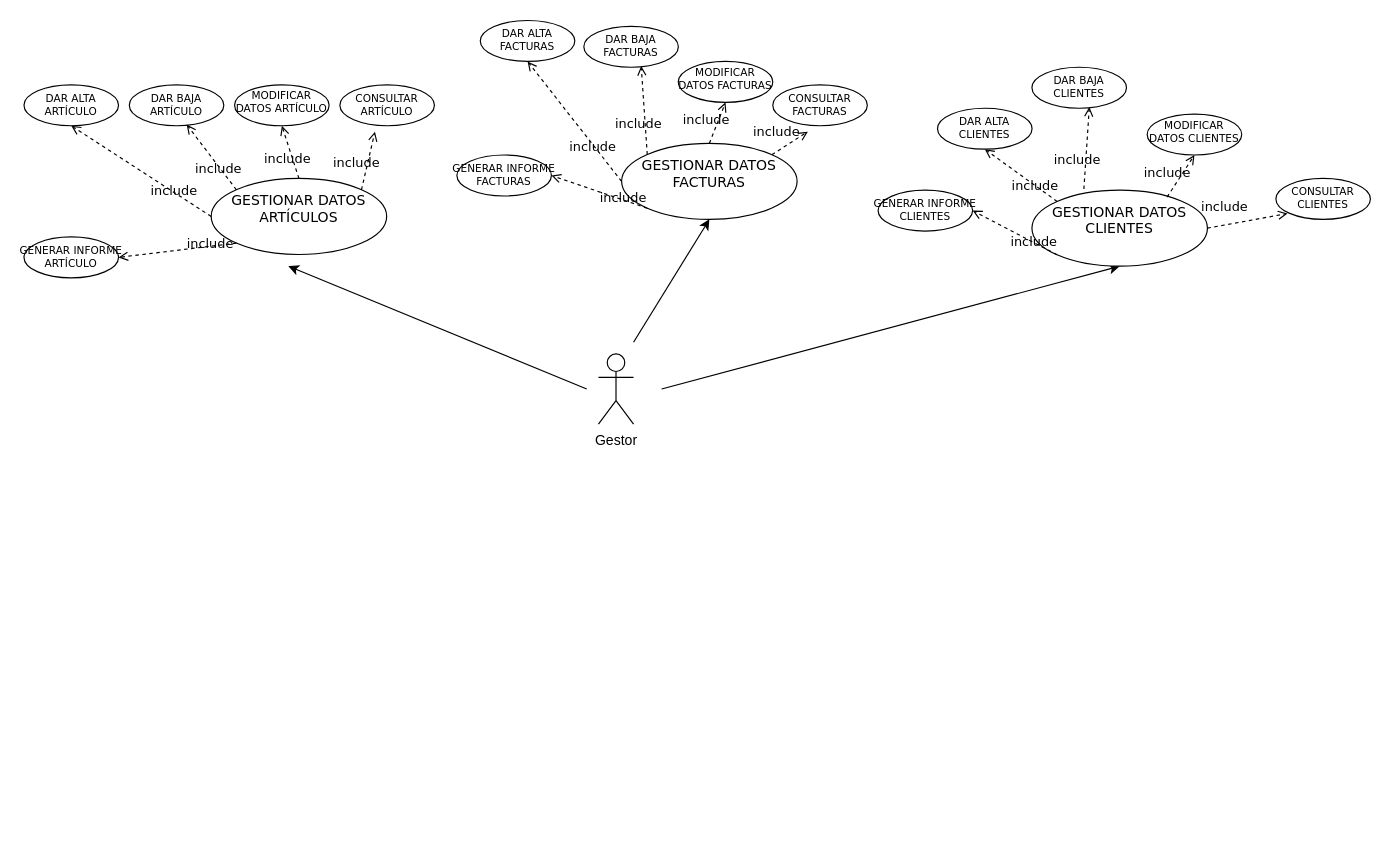
HimarRH/ActividadesEntornos keeps this draw.io diagram as Copy of Untitled Diagram.drawio. Above is the earlier version. Source tidied: cells renumbered, new cells numbered last; positions are measured from the earlier drawing's top-left corner, leaving out a move shared by most shapes. Both pictures are drawn from the tidied source at 117%, with x=0, y=0 at pixel (23, 20).
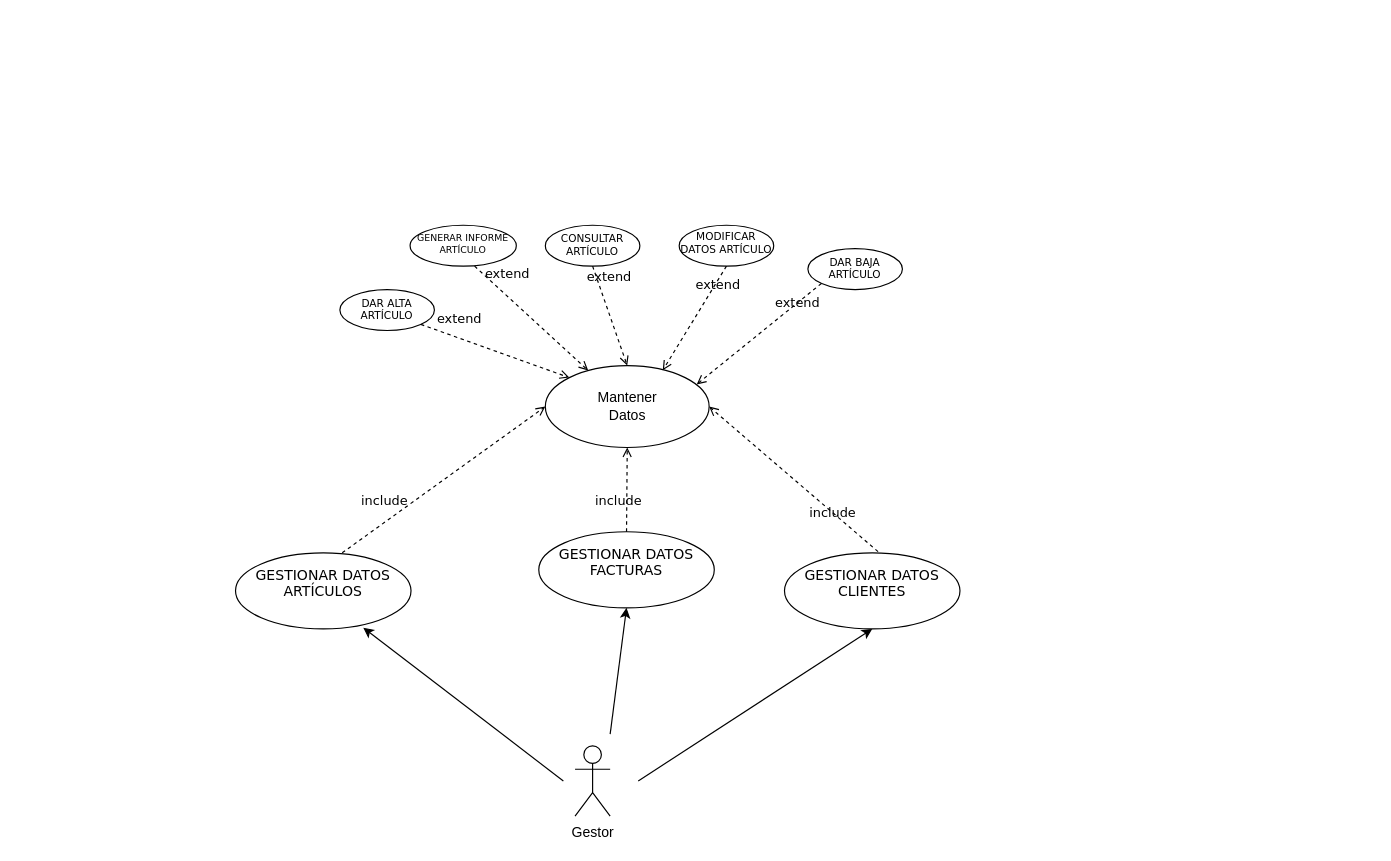
Above is the later version.

Diff of the diagram source:
```diff
@@
     <mxCell id="2" value="Gestor" style="shape=umlActor;verticalLabelPosition=bottom;verticalAlign=top;html=1;" parent="1" vertex="1">
-      <mxGeometry x="491" y="285" width="30" height="60" as="geometry" />
+      <mxGeometry x="471" y="620" width="30" height="60" as="geometry" />
     </mxCell>
-    <mxCell id="3" style="endArrow=classic;html=1;rounded=0;entryX=0.5;entryY=1;entryDx=0;entryDy=0;" parent="1" edge="1">
+    <mxCell id="3" style="endArrow=classic;html=1;rounded=0;entryX=0.728;entryY=0.985;entryDx=0;entryDy=0;entryPerimeter=0;" parent="1" edge="1" target="4">
       <mxGeometry relative="1" as="geometry">
-        <mxPoint x="481" y="315" as="sourcePoint" />
-        <mxPoint x="226" y="210" as="targetPoint" />
+        <mxPoint x="461" y="650" as="sourcePoint" />
       </mxGeometry>
     </mxCell>
     <mxCell id="4" value="GESTIONAR DATOS&#10;ARTÍCULOS&#10;" style="ellipse;fontFamily=Verdana;" parent="1" vertex="1">
-      <mxGeometry x="160" y="135" width="150" height="65" as="geometry" />
+      <mxGeometry x="180.8" y="455" width="150" height="65" as="geometry" />
     </mxCell>
     <mxCell id="5" style="endArrow=classic;html=1;rounded=0;entryX=0.5;entryY=1;entryDx=0;entryDy=0;" parent="1" edge="1" target="17">
       <mxGeometry relative="1" as="geometry">
-        <mxPoint x="521" y="275" as="sourcePoint" />
+        <mxPoint x="501" y="610" as="sourcePoint" />
       </mxGeometry>
     </mxCell>
     <mxCell id="6" style="endArrow=classic;html=1;rounded=0;entryX=0.5;entryY=1;entryDx=0;entryDy=0;" parent="1" edge="1" target="28">
       <mxGeometry relative="1" as="geometry">
-        <mxPoint x="545" y="315" as="sourcePoint" />
+        <mxPoint x="525" y="650" as="sourcePoint" />
       </mxGeometry>
     </mxCell>
-    <mxCell id="7" value="include" style="html=1;verticalAlign=bottom;labelBackgroundColor=none;endArrow=open;endFill=0;dashed=1;rounded=0;fontFamily=Verdana;exitX=0;exitY=0.5;exitDx=0;exitDy=0;entryX=0.5;entryY=1;entryDx=0;entryDy=0;" parent="1" edge="1" source="4" target="8">
-      <mxGeometry x="-0.53" y="7" relative="1" as="geometry" />
-    </mxCell>
     <mxCell id="8" value="DAR ALTA&#10;ARTÍCULO&#10;&#10;" style="ellipse;fontFamily=Verdana;fontSize=9;align=center;verticalAlign=top;labelPosition=center;verticalLabelPosition=middle;" parent="1" vertex="1">
-      <mxGeometry y="55" width="80.8" height="35" as="geometry" />
+      <mxGeometry x="270" y="230" width="80.8" height="35" as="geometry" />
     </mxCell>
     <mxCell id="9" value="DAR BAJA&#10;ARTÍCULO&#10;&#10;" style="ellipse;fontFamily=Verdana;fontSize=9;align=center;verticalAlign=top;labelPosition=center;verticalLabelPosition=middle;" parent="1" vertex="1">
-      <mxGeometry x="90" y="55" width="80.8" height="35" as="geometry" />
+      <mxGeometry x="670" y="195" width="80.8" height="35" as="geometry" />
     </mxCell>
     <mxCell id="10" value="MODIFICAR &#10;DATOS ARTÍCULO&#10;&#10;" style="ellipse;fontFamily=Verdana;fontSize=9;align=center;verticalAlign=top;labelPosition=center;verticalLabelPosition=middle;spacing=0;" parent="1" vertex="1">
-      <mxGeometry x="180" y="55" width="80.8" height="35" as="geometry" />
+      <mxGeometry x="560" y="175" width="80.8" height="35" as="geometry" />
     </mxCell>
     <mxCell id="11" value="CONSULTAR&#10;ARTÍCULO&#10;&#10;" style="ellipse;fontFamily=Verdana;fontSize=9;align=center;verticalAlign=top;labelPosition=center;verticalLabelPosition=middle;" parent="1" vertex="1">
-      <mxGeometry x="270" y="55" width="80.8" height="35" as="geometry" />
+      <mxGeometry x="445.6" y="175" width="80.8" height="35" as="geometry" />
     </mxCell>
-    <mxCell id="12" value="GENERAR INFORME&#10;ARTÍCULO&#10;&#10;" style="ellipse;fontFamily=Verdana;fontSize=9;align=center;verticalAlign=top;labelPosition=center;verticalLabelPosition=middle;" parent="1" vertex="1">
-      <mxGeometry y="185" width="80.8" height="35" as="geometry" />
+    <mxCell id="12" value="GENERAR INFORME&#10;ARTÍCULO&#10;&#10;" style="ellipse;fontFamily=Verdana;fontSize=8;align=center;verticalAlign=top;labelPosition=center;verticalLabelPosition=middle;" parent="1" vertex="1">
+      <mxGeometry x="330" y="175" width="90.8" height="35" as="geometry" />
     </mxCell>
-    <mxCell id="13" value="include" style="html=1;verticalAlign=bottom;labelBackgroundColor=none;endArrow=open;endFill=0;dashed=1;rounded=0;fontFamily=Verdana;exitX=0;exitY=1;exitDx=0;exitDy=0;entryX=1;entryY=0.5;entryDx=0;entryDy=0;" parent="1" edge="1" source="4" target="12">
+    <mxCell id="13" value="include" style="html=1;verticalAlign=bottom;labelBackgroundColor=none;endArrow=open;endFill=0;dashed=1;rounded=0;fontFamily=Verdana;exitX=0.608;exitY=0;exitDx=0;exitDy=0;exitPerimeter=0;entryX=0;entryY=0.5;entryDx=0;entryDy=0;" parent="1" edge="1" source="4" target="40">
       <mxGeometry x="-0.53" y="7" relative="1" as="geometry" />
     </mxCell>
-    <mxCell id="14" value="include" style="html=1;verticalAlign=bottom;labelBackgroundColor=none;endArrow=open;endFill=0;dashed=1;rounded=0;fontFamily=Verdana;exitX=0;exitY=0;exitDx=0;exitDy=0;entryX=0.607;entryY=0.971;entryDx=0;entryDy=0;entryPerimeter=0;" parent="1" edge="1" source="4" target="9">
-      <mxGeometry x="-0.53" y="7" relative="1" as="geometry" />
-    </mxCell>
-    <mxCell id="15" value="include" style="html=1;verticalAlign=bottom;labelBackgroundColor=none;endArrow=open;endFill=0;dashed=1;rounded=0;fontFamily=Verdana;exitX=0.5;exitY=0;exitDx=0;exitDy=0;entryX=0.5;entryY=1;entryDx=0;entryDy=0;" parent="1" edge="1" source="4" target="10">
-      <mxGeometry x="-0.53" y="7" relative="1" as="geometry" />
-    </mxCell>
-    <mxCell id="16" value="include" style="html=1;verticalAlign=bottom;labelBackgroundColor=none;endArrow=open;endFill=0;dashed=1;rounded=0;fontFamily=Verdana;exitX=1;exitY=0;exitDx=0;exitDy=0;entryX=0.371;entryY=1.143;entryDx=0;entryDy=0;entryPerimeter=0;" parent="1" edge="1" source="4" target="11">
-      <mxGeometry x="-0.53" y="7" relative="1" as="geometry" />
-    </mxCell>
     <mxCell id="17" value="GESTIONAR DATOS&#10;FACTURAS&#10;" style="ellipse;fontFamily=Verdana;" parent="1" vertex="1">
-      <mxGeometry x="510.8" y="105" width="150" height="65" as="geometry" />
+      <mxGeometry x="440" y="437" width="150" height="65" as="geometry" />
     </mxCell>
-    <mxCell id="18" value="include" style="html=1;verticalAlign=bottom;labelBackgroundColor=none;endArrow=open;endFill=0;dashed=1;rounded=0;fontFamily=Verdana;exitX=0;exitY=0.5;exitDx=0;exitDy=0;entryX=0.5;entryY=1;entryDx=0;entryDy=0;" parent="1" edge="1" source="17" target="19">
-      <mxGeometry x="-0.53" y="7" relative="1" as="geometry" />
-    </mxCell>
-    <mxCell id="19" value="DAR ALTA&#10;FACTURAS&#10;&#10;" style="ellipse;fontFamily=Verdana;fontSize=9;align=center;verticalAlign=top;labelPosition=center;verticalLabelPosition=middle;" parent="1" vertex="1">
-      <mxGeometry x="390" width="80.8" height="35" as="geometry" />
-    </mxCell>
-    <mxCell id="20" value="DAR BAJA&#10;FACTURAS&#10;&#10;" style="ellipse;fontFamily=Verdana;fontSize=9;align=center;verticalAlign=top;labelPosition=center;verticalLabelPosition=middle;" parent="1" vertex="1">
-      <mxGeometry x="478.5" y="5" width="80.8" height="35" as="geometry" />
-    </mxCell>
-    <mxCell id="21" value="MODIFICAR &#10;DATOS FACTURAS&#10;&#10;" style="ellipse;fontFamily=Verdana;fontSize=9;align=center;verticalAlign=top;labelPosition=center;verticalLabelPosition=middle;spacing=0;" parent="1" vertex="1">
-      <mxGeometry x="559.2" y="35" width="80.8" height="35" as="geometry" />
-    </mxCell>
-    <mxCell id="22" value="CONSULTAR&#10;FACTURAS&#10;&#10;" style="ellipse;fontFamily=Verdana;fontSize=9;align=center;verticalAlign=top;labelPosition=center;verticalLabelPosition=middle;" parent="1" vertex="1">
-      <mxGeometry x="640" y="55" width="80.8" height="35" as="geometry" />
-    </mxCell>
-    <mxCell id="23" value="GENERAR INFORME&#10;FACTURAS&#10;&#10;&#10;" style="ellipse;fontFamily=Verdana;fontSize=9;align=center;verticalAlign=top;labelPosition=center;verticalLabelPosition=middle;" parent="1" vertex="1">
-      <mxGeometry x="370" y="115" width="80.8" height="35" as="geometry" />
-    </mxCell>
-    <mxCell id="24" value="include" style="html=1;verticalAlign=bottom;labelBackgroundColor=none;endArrow=open;endFill=0;dashed=1;rounded=0;fontFamily=Verdana;exitX=0;exitY=1;exitDx=0;exitDy=0;entryX=1;entryY=0.5;entryDx=0;entryDy=0;" parent="1" edge="1" source="17" target="23">
-      <mxGeometry x="-0.53" y="7" relative="1" as="geometry" />
-    </mxCell>
-    <mxCell id="25" value="include" style="html=1;verticalAlign=bottom;labelBackgroundColor=none;endArrow=open;endFill=0;dashed=1;rounded=0;fontFamily=Verdana;exitX=0;exitY=0;exitDx=0;exitDy=0;entryX=0.607;entryY=0.971;entryDx=0;entryDy=0;entryPerimeter=0;" parent="1" edge="1" source="17" target="20">
-      <mxGeometry x="-0.53" y="7" relative="1" as="geometry" />
-    </mxCell>
-    <mxCell id="26" value="include" style="html=1;verticalAlign=bottom;labelBackgroundColor=none;endArrow=open;endFill=0;dashed=1;rounded=0;fontFamily=Verdana;exitX=0.5;exitY=0;exitDx=0;exitDy=0;entryX=0.5;entryY=1;entryDx=0;entryDy=0;" parent="1" edge="1" source="17" target="21">
-      <mxGeometry x="-0.53" y="7" relative="1" as="geometry" />
-    </mxCell>
-    <mxCell id="27" value="include" style="html=1;verticalAlign=bottom;labelBackgroundColor=none;endArrow=open;endFill=0;dashed=1;rounded=0;fontFamily=Verdana;exitX=1;exitY=0;exitDx=0;exitDy=0;entryX=0.371;entryY=1.143;entryDx=0;entryDy=0;entryPerimeter=0;" parent="1" edge="1" source="17" target="22">
+    <mxCell id="27" value="include" style="html=1;verticalAlign=bottom;labelBackgroundColor=none;endArrow=open;endFill=0;dashed=1;rounded=0;fontFamily=Verdana;exitX=0.5;exitY=0;exitDx=0;exitDy=0;" parent="1" edge="1" source="17" target="40">
       <mxGeometry x="-0.53" y="7" relative="1" as="geometry" />
     </mxCell>
     <mxCell id="28" value="GESTIONAR DATOS&#10;CLIENTES&#10;" style="ellipse;fontFamily=Verdana;" parent="1" vertex="1">
-      <mxGeometry x="861.5" y="145" width="150" height="65" as="geometry" />
+      <mxGeometry x="650" y="455" width="150" height="65" as="geometry" />
     </mxCell>
-    <mxCell id="29" value="include" style="html=1;verticalAlign=bottom;labelBackgroundColor=none;endArrow=open;endFill=0;dashed=1;rounded=0;fontFamily=Verdana;exitX=0;exitY=0;exitDx=0;exitDy=0;entryX=0.5;entryY=1;entryDx=0;entryDy=0;" parent="1" edge="1" source="28" target="30">
-      <mxGeometry x="-0.53" y="7" relative="1" as="geometry" />
-    </mxCell>
-    <mxCell id="30" value="DAR ALTA&#10;CLIENTES&#10;&#10;" style="ellipse;fontFamily=Verdana;fontSize=9;align=center;verticalAlign=top;labelPosition=center;verticalLabelPosition=middle;" parent="1" vertex="1">
-      <mxGeometry x="780.8" y="75" width="80.8" height="35" as="geometry" />
-    </mxCell>
-    <mxCell id="31" value="DAR BAJA&#10;CLIENTES&#10;&#10;" style="ellipse;fontFamily=Verdana;fontSize=9;align=center;verticalAlign=top;labelPosition=center;verticalLabelPosition=middle;" parent="1" vertex="1">
-      <mxGeometry x="861.5" y="40" width="80.8" height="35" as="geometry" />
-    </mxCell>
-    <mxCell id="32" value="MODIFICAR &#10;DATOS CLIENTES&#10;&#10;" style="ellipse;fontFamily=Verdana;fontSize=9;align=center;verticalAlign=top;labelPosition=center;verticalLabelPosition=middle;spacing=0;" parent="1" vertex="1">
-      <mxGeometry x="960" y="80" width="80.8" height="35" as="geometry" />
-    </mxCell>
-    <mxCell id="33" value="CONSULTAR&#10;CLIENTES&#10;&#10;" style="ellipse;fontFamily=Verdana;fontSize=9;align=center;verticalAlign=top;labelPosition=center;verticalLabelPosition=middle;" parent="1" vertex="1">
-      <mxGeometry x="1070" y="135" width="80.8" height="35" as="geometry" />
-    </mxCell>
-    <mxCell id="34" value="GENERAR INFORME&#10;CLIENTES&#10;&#10;&#10;" style="ellipse;fontFamily=Verdana;fontSize=9;align=center;verticalAlign=top;labelPosition=center;verticalLabelPosition=middle;" parent="1" vertex="1">
-      <mxGeometry x="730" y="145" width="80.8" height="35" as="geometry" />
-    </mxCell>
-    <mxCell id="35" value="include" style="html=1;verticalAlign=bottom;labelBackgroundColor=none;endArrow=open;endFill=0;dashed=1;rounded=0;fontFamily=Verdana;exitX=0;exitY=1;exitDx=0;exitDy=0;entryX=1;entryY=0.5;entryDx=0;entryDy=0;" parent="1" edge="1" source="28" target="34">
-      <mxGeometry x="-0.53" y="7" relative="1" as="geometry" />
-    </mxCell>
-    <mxCell id="36" value="include" style="html=1;verticalAlign=bottom;labelBackgroundColor=none;endArrow=open;endFill=0;dashed=1;rounded=0;fontFamily=Verdana;exitX=0.296;exitY=-0.015;exitDx=0;exitDy=0;entryX=0.607;entryY=0.971;entryDx=0;entryDy=0;entryPerimeter=0;exitPerimeter=0;" parent="1" edge="1" source="28" target="31">
-      <mxGeometry x="-0.53" y="7" relative="1" as="geometry" />
-    </mxCell>
-    <mxCell id="37" value="include" style="html=1;verticalAlign=bottom;labelBackgroundColor=none;endArrow=open;endFill=0;dashed=1;rounded=0;fontFamily=Verdana;exitX=0.77;exitY=0.092;exitDx=0;exitDy=0;entryX=0.5;entryY=1;entryDx=0;entryDy=0;exitPerimeter=0;" parent="1" edge="1" source="28" target="32">
-      <mxGeometry x="-0.53" y="7" relative="1" as="geometry" />
-    </mxCell>
-    <mxCell id="38" value="include" style="html=1;verticalAlign=bottom;labelBackgroundColor=none;endArrow=open;endFill=0;dashed=1;rounded=0;fontFamily=Verdana;exitX=1;exitY=0.5;exitDx=0;exitDy=0;" parent="1" edge="1" source="28">
-      <mxGeometry x="-0.53" y="7" relative="1" as="geometry">
-        <mxPoint x="1080" y="165" as="targetPoint" />
-      </mxGeometry>
-    </mxCell>
+    <mxCell id="39" value="include" style="html=1;verticalAlign=bottom;labelBackgroundColor=none;endArrow=open;endFill=0;dashed=1;rounded=0;fontFamily=Verdana;exitX=1;exitY=0;exitDx=0;exitDy=0;entryX=1;entryY=0.5;entryDx=0;entryDy=0;" parent="1" edge="1" target="40">
+      <mxGeometry x="-0.53" y="7" relative="1" as="geometry">
+        <mxPoint x="730" y="454" as="sourcePoint" />
+      </mxGeometry>
+    </mxCell>
+    <mxCell id="40" value="&lt;div&gt;Mantener&lt;/div&gt;&lt;div&gt;Datos&lt;br&gt;&lt;/div&gt;" style="ellipse;whiteSpace=wrap;html=1;" parent="1" vertex="1">
+      <mxGeometry x="445.6" y="295" width="140" height="70" as="geometry" />
+    </mxCell>
+    <mxCell id="41" value="extend" style="html=1;verticalAlign=bottom;labelBackgroundColor=none;endArrow=open;endFill=0;dashed=1;rounded=0;fontFamily=Verdana;exitX=1;exitY=1;exitDx=0;exitDy=0;entryX=0;entryY=0;entryDx=0;entryDy=0;" parent="1" edge="1" source="8" target="40">
+      <mxGeometry x="-0.53" y="7" relative="1" as="geometry" />
+    </mxCell>
+    <mxCell id="42" value="extend" style="html=1;verticalAlign=bottom;labelBackgroundColor=none;endArrow=open;endFill=0;dashed=1;rounded=0;fontFamily=Verdana;exitX=0.607;exitY=1;exitDx=0;exitDy=0;exitPerimeter=0;" parent="1" edge="1" source="12" target="40">
+      <mxGeometry x="-0.53" y="7" relative="1" as="geometry" />
+    </mxCell>
+    <mxCell id="43" value="extend" style="html=1;verticalAlign=bottom;labelBackgroundColor=none;endArrow=open;endFill=0;dashed=1;rounded=0;fontFamily=Verdana;exitX=0.5;exitY=1;exitDx=0;exitDy=0;entryX=0.5;entryY=0;entryDx=0;entryDy=0;" parent="1" edge="1" source="11" target="40">
+      <mxGeometry x="-0.53" y="7" relative="1" as="geometry" />
+    </mxCell>
+    <mxCell id="44" value="extend" style="html=1;verticalAlign=bottom;labelBackgroundColor=none;endArrow=open;endFill=0;dashed=1;rounded=0;fontFamily=Verdana;exitX=0.5;exitY=1;exitDx=0;exitDy=0;entryX=0.717;entryY=0.057;entryDx=0;entryDy=0;entryPerimeter=0;" parent="1" edge="1" source="10" target="40">
+      <mxGeometry x="-0.53" y="7" relative="1" as="geometry" />
+    </mxCell>
+    <mxCell id="45" value="extend" style="html=1;verticalAlign=bottom;labelBackgroundColor=none;endArrow=open;endFill=0;dashed=1;rounded=0;fontFamily=Verdana;exitX=0;exitY=1;exitDx=0;exitDy=0;entryX=0.924;entryY=0.229;entryDx=0;entryDy=0;entryPerimeter=0;" parent="1" edge="1" source="9" target="40">
+      <mxGeometry x="-0.53" y="7" relative="1" as="geometry" />
+    </mxCell>
```
